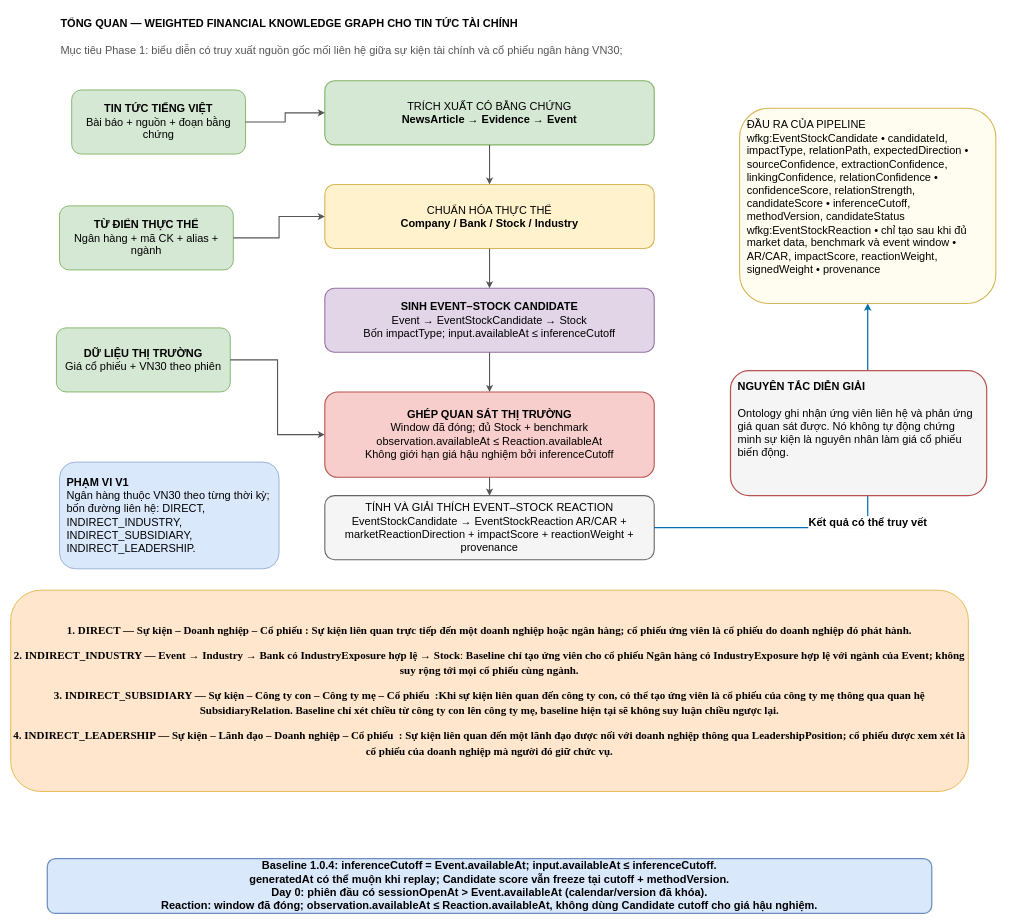
Above: page "01-Tổng quan đề tài" (2 of 7) of chỉnh sửa mới nhất - 01-10/master_thesis_v1_synced_01-10.drawio in Lequynhlan/master_thesis_draf (draw.io), before the change. Source tidied: cells renumbered, new cells numbered last; positions are measured from the earlier drawing's top-left corner, leaving out a move shared by most shapes. Both pictures are drawn from the tidied source at 61%, with x=0, y=0 at pixel (10, 10).
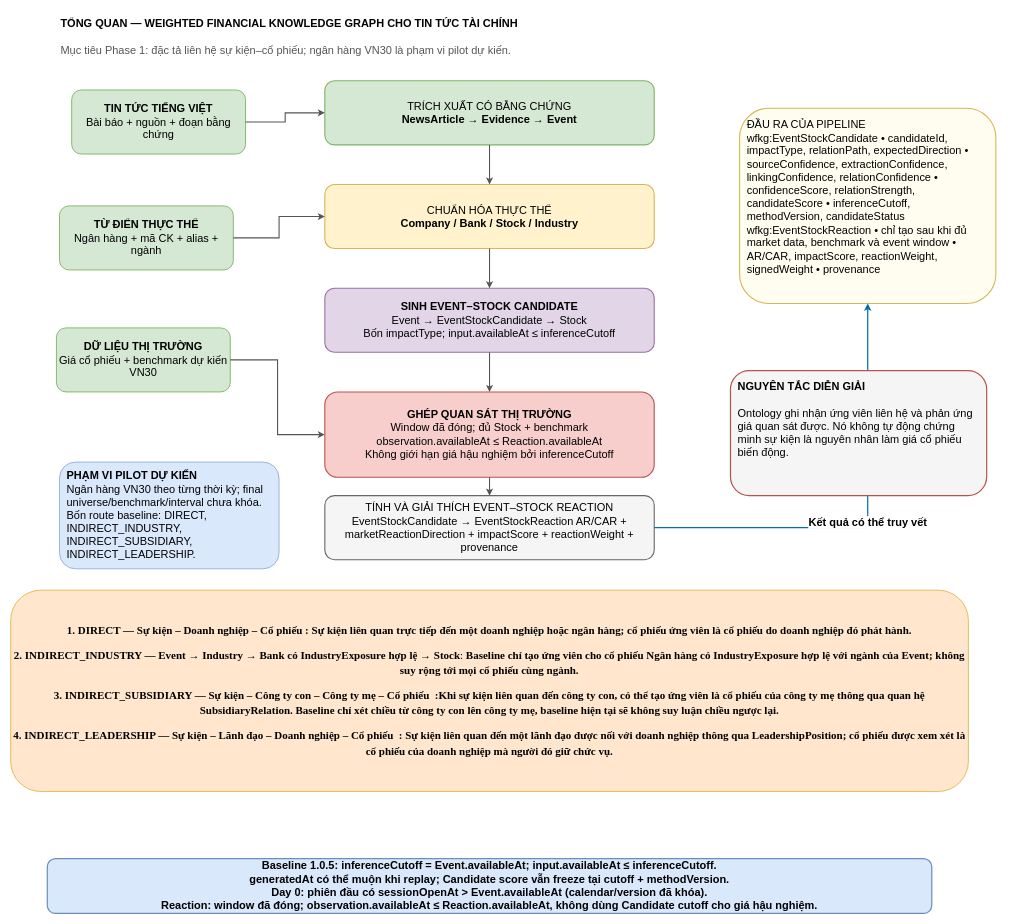
After the change.

What changed in the source:
```diff
@@
-    <mxCell id="3" value="Mục tiêu Phase 1: biểu diễn có truy xuất nguồn gốc mối liên hệ giữa sự kiện tài chính và cổ phiếu ngân hàng VN30;" style="text;html=1;strokeColor=none;fillColor=none;align=left;verticalAlign=top;fontSize=18;fontColor=#555555;" parent="1" vertex="1">
+    <mxCell id="3" value="Mục tiêu Phase 1: đặc tả liên hệ sự kiện–cổ phiếu; ngân hàng VN30 là phạm vi pilot dự kiến." style="text;html=1;strokeColor=none;fillColor=none;align=left;verticalAlign=top;fontSize=18;fontColor=#555555;" parent="1" vertex="1">
       <mxGeometry x="80" y="48" width="1570" height="50" as="geometry" />
     </mxCell>
@@
-    <mxCell id="5" value="DỮ LIỆU THỊ TRƯỜNG&lt;br&gt;&lt;span style=&quot;font-weight:normal&quot;&gt;Giá cổ phiếu + VN30 theo phiên&lt;/span&gt;" style="rounded=1;whiteSpace=wrap;html=1;fillColor=#d5e8d4;strokeColor=#82b366;strokeWidth=1.5;fontSize=18;fontStyle=1;" parent="1" vertex="1">
+    <mxCell id="5" value="DỮ LIỆU THỊ TRƯỜNG&lt;br&gt;&lt;span style=&quot;font-weight:normal&quot;&gt;Giá cổ phiếu + benchmark dự kiến VN30&lt;/span&gt;" style="rounded=1;whiteSpace=wrap;html=1;fillColor=#d5e8d4;strokeColor=#82b366;strokeWidth=1.5;fontSize=18;fontStyle=1;" parent="1" vertex="1">
       <mxGeometry x="75" y="520" width="285" height="105" as="geometry" />
     </mxCell>
@@
-    <mxCell id="22" value="&lt;b&gt;PHẠM VI V1&lt;/b&gt;&lt;br&gt;Ngân hàng thuộc VN30 theo từng thời kỳ; bốn đường liên hệ: DIRECT, INDIRECT_INDUSTRY, INDIRECT_SUBSIDIARY, INDIRECT_LEADERSHIP." style="rounded=1;whiteSpace=wrap;html=1;align=left;verticalAlign=middle;spacing=12;fillColor=#dae8fc;strokeColor=#6c8ebf;fontSize=18;" parent="1" vertex="1">
+    <mxCell id="22" value="&lt;b&gt;PHẠM VI PILOT DỰ KIẾN&lt;/b&gt;&lt;br&gt;Ngân hàng VN30 theo từng thời kỳ; final universe/benchmark/interval chưa khóa. Bốn route baseline: DIRECT, INDIRECT_INDUSTRY, INDIRECT_SUBSIDIARY, INDIRECT_LEADERSHIP." style="rounded=1;whiteSpace=wrap;html=1;align=left;verticalAlign=middle;spacing=12;fillColor=#dae8fc;strokeColor=#6c8ebf;fontSize=18;" parent="1" vertex="1">
       <mxGeometry x="80" y="740" width="360" height="175" as="geometry" />
     </mxCell>
-    <mxCell id="23" value="Baseline 1.0.4: inferenceCutoff = Event.availableAt; input.availableAt ≤ inferenceCutoff.&lt;br&gt;generatedAt có thể muộn khi replay; Candidate score vẫn freeze tại cutoff + methodVersion.&lt;br&gt;Day 0: phiên đầu có sessionOpenAt &gt; Event.availableAt (calendar/version đã khóa).&lt;br&gt;Reaction: window đã đóng; observation.availableAt ≤ Reaction.availableAt, không dùng Candidate cutoff cho giá hậu nghiệm." style="rounded=1;whiteSpace=wrap;html=1;align=center;verticalAlign=middle;spacing=8;fillColor=#dae8fc;strokeColor=#6c8ebf;strokeWidth=2;fontSize=18;fontStyle=1;" parent="1" vertex="1">
+    <mxCell id="23" value="Baseline 1.0.5: inferenceCutoff = Event.availableAt; input.availableAt ≤ inferenceCutoff.&lt;br&gt;generatedAt có thể muộn khi replay; Candidate score vẫn freeze tại cutoff + methodVersion.&lt;br&gt;Day 0: phiên đầu có sessionOpenAt &gt; Event.availableAt (calendar/version đã khóa).&lt;br&gt;Reaction: window đã đóng; observation.availableAt ≤ Reaction.availableAt, không dùng Candidate cutoff cho giá hậu nghiệm." style="rounded=1;whiteSpace=wrap;html=1;align=center;verticalAlign=middle;spacing=8;fillColor=#dae8fc;strokeColor=#6c8ebf;strokeWidth=2;fontSize=18;fontStyle=1;" parent="1" vertex="1">
       <mxGeometry x="60" y="1390" width="1450" height="90" as="geometry" />
     </mxCell>
```
